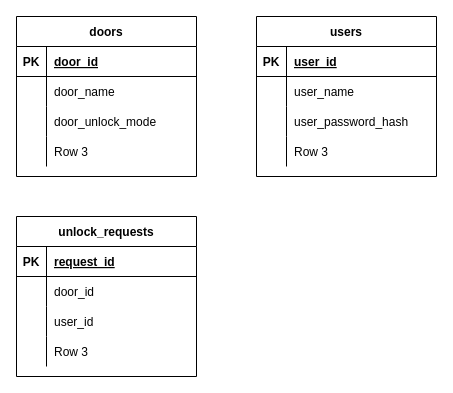
The draw.io diagram architecture/architecture.drawio in JoeBenczarski/ECE695, before the edit. Source tidied: cells renumbered, new cells numbered last; positions are measured from the earlier drawing's top-left corner, leaving out a move shared by most shapes. Both pictures are drawn from the tidied source at 100%, with x=0, y=0 at pixel (16, 16).
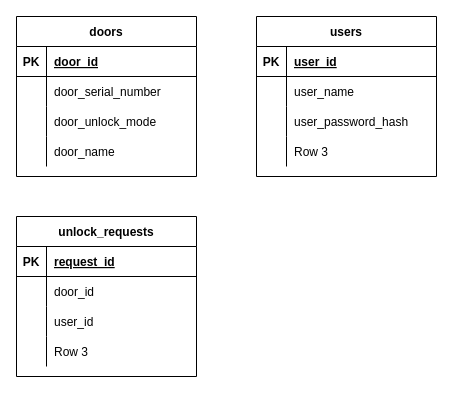
Above is the later version.

Unchanged cells that the change refers to:
```xml
<mxCell id="6" style="shape=tableRow;horizontal=0;startSize=0;swimlaneHead=0;swimlaneBody=0;fillColor=none;top=0;left=0;right=0;bottom=0;" parent="2" vertex="1">
  <mxGeometry y="60" width="180" height="30" as="geometry" />
</mxCell>
<mxCell id="12" style="shape=tableRow;horizontal=0;startSize=0;swimlaneHead=0;swimlaneBody=0;fillColor=none;top=0;left=0;right=0;bottom=0;" parent="2" vertex="1">
  <mxGeometry y="120" width="180" height="30" as="geometry" />
</mxCell>
```

What changed in the source:
```diff
@@
-    <mxCell id="8" value="door_name" style="shape=partialRectangle;fillColor=none;top=0;left=0;bottom=0;right=0;align=left;spacingLeft=6;overflow=hidden;" parent="6" vertex="1">
+    <mxCell id="8" value="door_serial_number" style="shape=partialRectangle;fillColor=none;top=0;left=0;bottom=0;right=0;align=left;spacingLeft=6;overflow=hidden;" parent="6" vertex="1">
       <mxGeometry x="30" width="150" height="30" as="geometry" />
     </mxCell>
@@
-    <mxCell id="14" value="Row 3" style="shape=partialRectangle;fillColor=none;top=0;left=0;bottom=0;right=0;align=left;spacingLeft=6;overflow=hidden;" parent="12" vertex="1">
+    <mxCell id="14" value="door_name" style="shape=partialRectangle;fillColor=none;top=0;left=0;bottom=0;right=0;align=left;spacingLeft=6;overflow=hidden;" parent="12" vertex="1">
       <mxGeometry x="30" width="150" height="30" as="geometry" />
     </mxCell>
```
